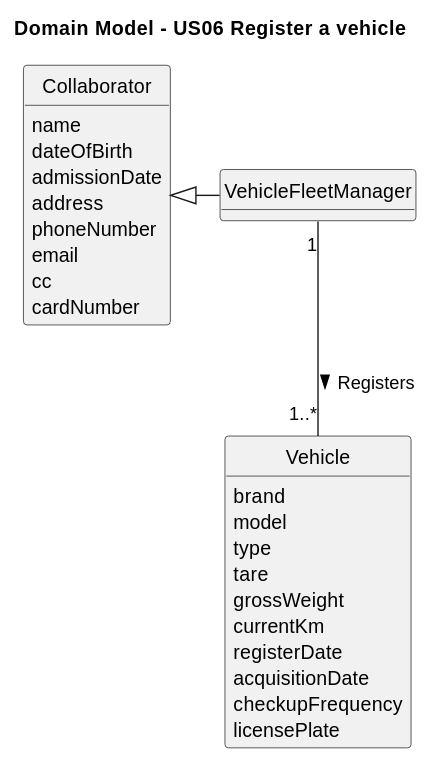
Above: docs/sprint2/us06/02.analysis/svg/us06-domain-model.svg in Departamento-de-Engenharia-Informatica/lei-24-s2-1db-g022 (PlantUML), before the change.
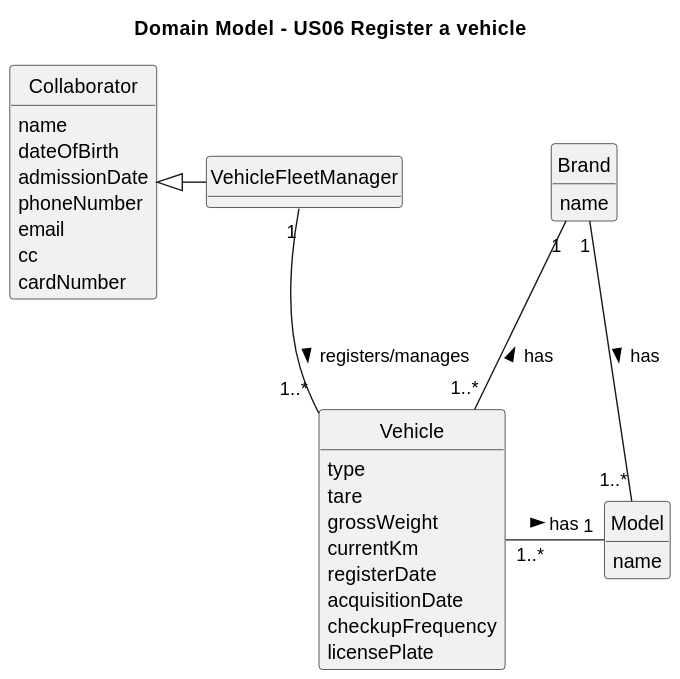
After the commit.

Commit message:
Rectification  Glossary and partial Domain US06

The edit, as a diff of the source:
```diff
@@ -12,7 +12,6 @@
     name
     dateOfBirth
     admissionDate
-    address
     phoneNumber
     email
     cc
@@ -22,9 +21,15 @@
 class VehicleFleetManager {
 }
 
-class Vehicle{
-    brand
-    model
+class Brand {
+     name
+}
+
+class Model {
+     name
+}
+
+class Vehicle {
     type
     tare
     grossWeight
@@ -36,5 +41,8 @@
 }
 
 Collaborator <|- VehicleFleetManager
-VehicleFleetManager "1" -- "1..*" Vehicle : Registers >
+VehicleFleetManager "1" -- "1..*" Vehicle : registers/manages >
+Brand "1" --  "1..*" Model : has >
+Brand "1" -- "1..*" Vehicle : has <
+Vehicle "1..*" - "1" Model : has >
 @enduml
```
